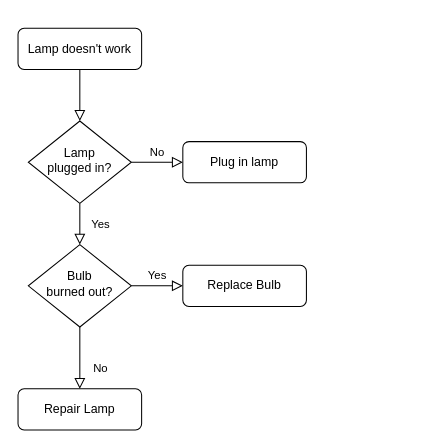
Before: page "Vkwq-4" (1 of 2) of 未命名绘图.drawio in xitui/my-drawio-graph, a draw.io diagram. Source tidied: cells renumbered, new cells numbered last; positions are measured from the earlier drawing's top-left corner, leaving out a move shared by most shapes. Both pictures are drawn from the tidied source at 103%, with x=0, y=0 at pixel (18, 28).
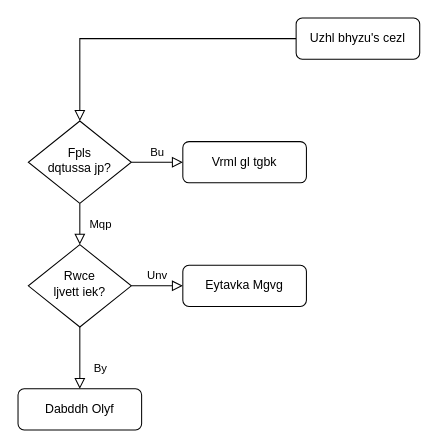
The same diagram, later.

Commit message:
更新未命名绘图.drawio

Change to the diagram source:
```diff
@@
 <mxGraphModel>
   <root>
     <mxCell id="0" />
     <mxCell id="1" parent="0" />
     <mxCell id="2" style="rounded=0;html=1;jettySize=auto;fontSize=11;endArrow=block;endFill=0;endSize=8;strokeWidth=1;shadow=0;labelBackgroundColor=none;edgeStyle=orthogonalEdgeStyle;" parent="1" edge="1" source="3" target="6">
       <mxGeometry relative="1" as="geometry" />
     </mxCell>
-    <mxCell id="3" value="Lamp doesn't work" style="rounded=1;whiteSpace=wrap;html=1;fontSize=12;glass=0;strokeWidth=1;shadow=0;" parent="1" vertex="1">
-      <mxGeometry width="120" height="40" as="geometry" />
+    <mxCell id="3" value="Uzhl bhyzu's cezl" style="rounded=1;whiteSpace=wrap;html=1;fontSize=12;glass=0;strokeWidth=1;shadow=0;" parent="1" vertex="1">
+      <mxGeometry x="270" y="-10" width="120" height="40" as="geometry" />
     </mxCell>
-    <mxCell id="4" value="Yes" style="rounded=0;html=1;jettySize=auto;fontSize=11;endArrow=block;endFill=0;endSize=8;strokeWidth=1;shadow=0;labelBackgroundColor=none;edgeStyle=orthogonalEdgeStyle;" parent="1" edge="1" source="6" target="10">
+    <mxCell id="4" value="Mqp" style="rounded=0;html=1;jettySize=auto;fontSize=11;endArrow=block;endFill=0;endSize=8;strokeWidth=1;shadow=0;labelBackgroundColor=none;edgeStyle=orthogonalEdgeStyle;" parent="1" edge="1" source="6" target="10">
       <mxGeometry y="20" relative="1" as="geometry" />
     </mxCell>
-    <mxCell id="5" value="No" style="edgeStyle=orthogonalEdgeStyle;rounded=0;html=1;jettySize=auto;fontSize=11;endArrow=block;endFill=0;endSize=8;strokeWidth=1;shadow=0;labelBackgroundColor=none;" parent="1" edge="1" source="6" target="7">
+    <mxCell id="5" value="Bu" style="edgeStyle=orthogonalEdgeStyle;rounded=0;html=1;jettySize=auto;fontSize=11;endArrow=block;endFill=0;endSize=8;strokeWidth=1;shadow=0;labelBackgroundColor=none;" parent="1" edge="1" source="6" target="7">
       <mxGeometry y="10" relative="1" as="geometry" />
     </mxCell>
-    <mxCell id="6" value="Lamp&lt;br&gt;plugged in?" style="rhombus;whiteSpace=wrap;html=1;shadow=0;fontFamily=Helvetica;fontSize=12;align=center;strokeWidth=1;spacing=6;spacingTop=-4;" parent="1" vertex="1">
+    <mxCell id="6" value="Fpls&lt;br&gt;dqtussa jp?" style="rhombus;whiteSpace=wrap;html=1;shadow=0;fontFamily=Helvetica;fontSize=12;align=center;strokeWidth=1;spacing=6;spacingTop=-4;" parent="1" vertex="1">
       <mxGeometry x="10" y="90" width="100" height="80" as="geometry" />
     </mxCell>
-    <mxCell id="7" value="Plug in lamp" style="rounded=1;whiteSpace=wrap;html=1;fontSize=12;glass=0;strokeWidth=1;shadow=0;" parent="1" vertex="1">
+    <mxCell id="7" value="Vrml gl tgbk" style="rounded=1;whiteSpace=wrap;html=1;fontSize=12;glass=0;strokeWidth=1;shadow=0;" parent="1" vertex="1">
       <mxGeometry x="160" y="110" width="120" height="40" as="geometry" />
     </mxCell>
-    <mxCell id="8" value="No" style="rounded=0;html=1;jettySize=auto;fontSize=11;endArrow=block;endFill=0;endSize=8;strokeWidth=1;shadow=0;labelBackgroundColor=none;edgeStyle=orthogonalEdgeStyle;" parent="1" edge="1" source="10" target="11">
+    <mxCell id="8" value="By" style="rounded=0;html=1;jettySize=auto;fontSize=11;endArrow=block;endFill=0;endSize=8;strokeWidth=1;shadow=0;labelBackgroundColor=none;edgeStyle=orthogonalEdgeStyle;" parent="1" edge="1" source="10" target="11">
       <mxGeometry x="0.33" y="20" relative="1" as="geometry" />
     </mxCell>
-    <mxCell id="9" value="Yes" style="edgeStyle=orthogonalEdgeStyle;rounded=0;html=1;jettySize=auto;fontSize=11;endArrow=block;endFill=0;endSize=8;strokeWidth=1;shadow=0;labelBackgroundColor=none;" parent="1" edge="1" source="10" target="12">
+    <mxCell id="9" value="Unv" style="edgeStyle=orthogonalEdgeStyle;rounded=0;html=1;jettySize=auto;fontSize=11;endArrow=block;endFill=0;endSize=8;strokeWidth=1;shadow=0;labelBackgroundColor=none;" parent="1" edge="1" source="10" target="12">
       <mxGeometry y="10" relative="1" as="geometry" />
     </mxCell>
-    <mxCell id="10" value="Bulb&lt;br&gt;burned out?" style="rhombus;whiteSpace=wrap;html=1;shadow=0;fontFamily=Helvetica;fontSize=12;align=center;strokeWidth=1;spacing=6;spacingTop=-4;" parent="1" vertex="1">
+    <mxCell id="10" value="Rwce&lt;br&gt;ljvett iek?" style="rhombus;whiteSpace=wrap;html=1;shadow=0;fontFamily=Helvetica;fontSize=12;align=center;strokeWidth=1;spacing=6;spacingTop=-4;" parent="1" vertex="1">
       <mxGeometry x="10" y="210" width="100" height="80" as="geometry" />
     </mxCell>
-    <mxCell id="11" value="Repair Lamp" style="rounded=1;whiteSpace=wrap;html=1;fontSize=12;glass=0;strokeWidth=1;shadow=0;" parent="1" vertex="1">
+    <mxCell id="11" value="Dabddh Olyf" style="rounded=1;whiteSpace=wrap;html=1;fontSize=12;glass=0;strokeWidth=1;shadow=0;" parent="1" vertex="1">
       <mxGeometry y="350" width="120" height="40" as="geometry" />
     </mxCell>
-    <mxCell id="12" value="Replace Bulb" style="rounded=1;whiteSpace=wrap;html=1;fontSize=12;glass=0;strokeWidth=1;shadow=0;" parent="1" vertex="1">
+    <mxCell id="12" value="Eytavka Mgvg" style="rounded=1;whiteSpace=wrap;html=1;fontSize=12;glass=0;strokeWidth=1;shadow=0;" parent="1" vertex="1">
       <mxGeometry x="160" y="230" width="120" height="40" as="geometry" />
     </mxCell>
   </root>
 </mxGraphModel>
```
